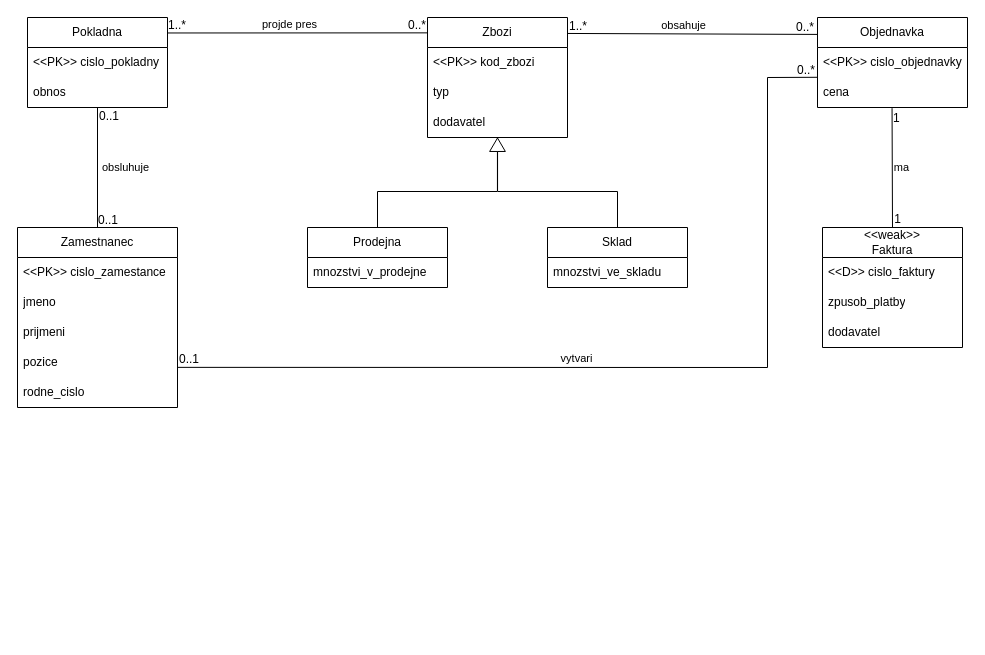
This is zadani_3_ER.drawio from MOONYROS/VUT-IDS-project, a draw.io file, before an edit. Source tidied: cells renumbered, new cells numbered last; positions are measured from the earlier drawing's top-left corner, leaving out a move shared by most shapes. Both pictures are drawn from the tidied source at 100%, with x=0, y=0 at pixel (17, 17).
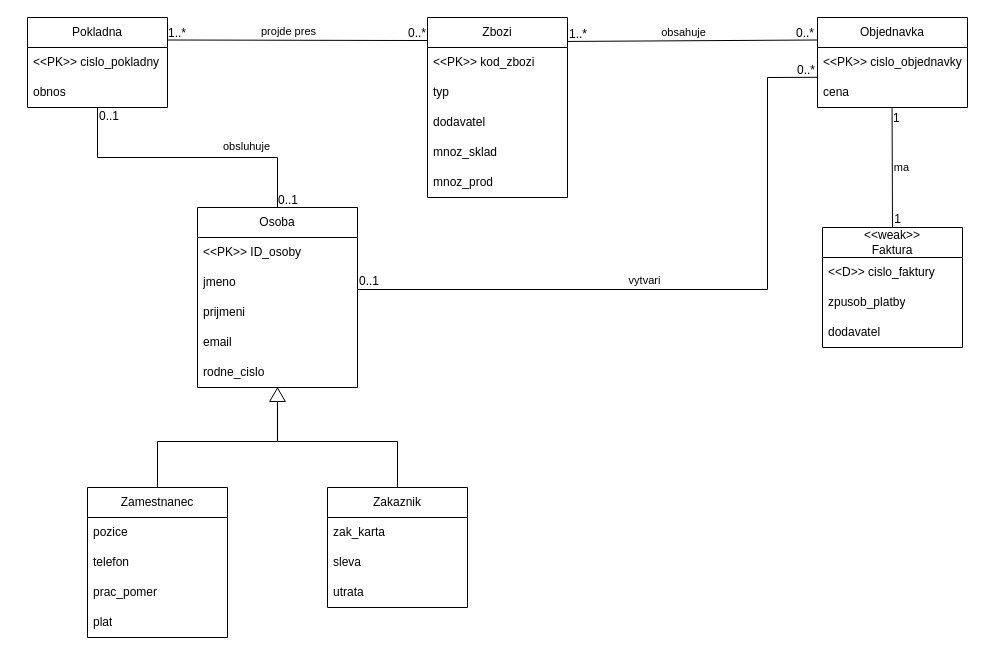
The same page after the edit.

Unchanged cells that the change refers to:
```xml
<mxCell id="13" value="Pokladna" style="swimlane;fontStyle=0;horizontal=1;startSize=30;whiteSpace=wrap;html=1;" parent="1" vertex="1">
  <mxGeometry x="10" width="140" height="90" as="geometry" />
</mxCell>
<mxCell id="15" value="obnos" style="text;strokeColor=none;fillColor=none;align=left;verticalAlign=middle;spacingLeft=4;spacingRight=4;overflow=hidden;points=[[0,0.5],[1,0.5]];portConstraint=eastwest;whiteSpace=wrap;html=1;" parent="13" vertex="1">
  <mxGeometry y="60" width="140" height="30" as="geometry" />
</mxCell>
<mxCell id="18" value="jmeno" style="text;strokeColor=none;fillColor=none;align=left;verticalAlign=middle;spacingLeft=4;spacingRight=4;overflow=hidden;points=[[0,0.5],[1,0.5]];portConstraint=eastwest;whiteSpace=wrap;html=1;" parent="16" vertex="1">
  <mxGeometry y="60" width="160" height="30" as="geometry" />
</mxCell>
<mxCell id="22" value="Objednavka" style="swimlane;fontStyle=0;horizontal=1;startSize=30;whiteSpace=wrap;html=1;" parent="1" vertex="1">
  <mxGeometry x="800" width="150" height="90" as="geometry" />
</mxCell>
<mxCell id="24" value="cena" style="text;strokeColor=none;fillColor=none;align=left;verticalAlign=middle;spacingLeft=4;spacingRight=4;overflow=hidden;points=[[0,0.5],[1,0.5]];portConstraint=eastwest;whiteSpace=wrap;html=1;" parent="22" vertex="1">
  <mxGeometry y="60" width="150" height="30" as="geometry" />
</mxCell>
```

Diff of the diagram source:
```diff
@@
     <mxCell id="2" value="Zbozi" style="swimlane;fontStyle=0;horizontal=1;startSize=30;whiteSpace=wrap;html=1;" parent="1" vertex="1">
-      <mxGeometry x="410" width="140" height="120" as="geometry" />
+      <mxGeometry x="410" width="140" height="180" as="geometry" />
     </mxCell>
@@
+    <mxCell id="49" value="mnoz_sklad" style="text;strokeColor=none;fillColor=none;align=left;verticalAlign=middle;spacingLeft=4;spacingRight=4;overflow=hidden;whiteSpace=wrap;html=1;" parent="2" vertex="1">
+      <mxGeometry y="120" width="140" height="30" as="geometry" />
+    </mxCell>
+    <mxCell id="50" value="mnoz_prod" style="text;strokeColor=none;fillColor=none;align=left;verticalAlign=middle;spacingLeft=4;spacingRight=4;overflow=hidden;whiteSpace=wrap;html=1;" parent="2" vertex="1">
+      <mxGeometry y="150" width="140" height="30" as="geometry" />
+    </mxCell>
-    <mxCell id="6" style="endArrow=none;html=1;rounded=0;exitX=0.5;exitY=0;exitDx=0;exitDy=0;" parent="1" edge="1">
+    <mxCell id="6" style="endArrow=none;html=1;rounded=0;" parent="1" edge="1" source="51">
       <mxGeometry relative="1" as="geometry">
-        <mxPoint x="360" y="214" as="sourcePoint" />
-        <mxPoint x="480" y="174" as="targetPoint" />
+        <mxPoint x="260" y="424" as="targetPoint" />
         <Array as="points">
-          <mxPoint x="360" y="174" />
+          <mxPoint x="140" y="424" />
         </Array>
       </mxGeometry>
     </mxCell>
-    <mxCell id="7" style="endArrow=none;html=1;rounded=0;entryX=0.5;entryY=0;entryDx=0;entryDy=0;" parent="1" edge="1">
+    <mxCell id="7" style="endArrow=none;html=1;rounded=0;" parent="1" edge="1" target="56">
       <mxGeometry relative="1" as="geometry">
-        <mxPoint x="480" y="174" as="sourcePoint" />
-        <mxPoint x="600" y="214" as="targetPoint" />
+        <mxPoint x="260" y="424" as="sourcePoint" />
         <Array as="points">
-          <mxPoint x="600" y="174" />
+          <mxPoint x="380" y="424" />
         </Array>
       </mxGeometry>
     </mxCell>
     <mxCell id="8" style="shape=flexArrow;endArrow=classic;html=1;rounded=0;entryX=0.5;entryY=1;entryDx=0;entryDy=0;endWidth=14.61928408855783;endSize=4.160185185185185;width=0.111731843575419;" parent="1" edge="1">
       <mxGeometry relative="1" as="geometry">
-        <mxPoint x="480" y="174" as="sourcePoint" />
-        <mxPoint x="480" y="120" as="targetPoint" />
+        <mxPoint x="260" y="424" as="sourcePoint" />
+        <mxPoint x="260" y="370" as="targetPoint" />
       </mxGeometry>
     </mxCell>
-    <mxCell id="9" value="Prodejna" style="swimlane;fontStyle=0;horizontal=1;startSize=30;whiteSpace=wrap;html=1;" parent="1" vertex="1">
-      <mxGeometry x="290" y="210" width="140" height="60" as="geometry" />
-    </mxCell>
-    <mxCell id="10" value="mnozstvi_v_prodejne" style="text;strokeColor=none;fillColor=none;align=left;verticalAlign=middle;spacingLeft=4;spacingRight=4;overflow=hidden;whiteSpace=wrap;html=1;" parent="9" vertex="1">
-      <mxGeometry y="30" width="140" height="30" as="geometry" />
-    </mxCell>
-    <mxCell id="11" value="Sklad" style="swimlane;fontStyle=0;horizontal=1;startSize=30;whiteSpace=wrap;html=1;" parent="1" vertex="1">
-      <mxGeometry x="530" y="210" width="140" height="60" as="geometry" />
-    </mxCell>
-    <mxCell id="12" value="mnozstvi_ve_skladu" style="text;strokeColor=none;fillColor=none;align=left;verticalAlign=middle;spacingLeft=4;spacingRight=4;overflow=hidden;whiteSpace=wrap;html=1;" parent="11" vertex="1">
-      <mxGeometry y="30" width="140" height="30" as="geometry" />
-    </mxCell>
@@
-    <mxCell id="16" value="Zamestnanec" style="swimlane;fontStyle=0;horizontal=1;startSize=30;whiteSpace=wrap;html=1;" parent="1" vertex="1">
-      <mxGeometry y="210" width="160" height="180" as="geometry" />
+    <mxCell id="16" value="Osoba" style="swimlane;fontStyle=0;horizontal=1;startSize=30;whiteSpace=wrap;html=1;" parent="1" vertex="1">
+      <mxGeometry x="180" y="190" width="160" height="180" as="geometry" />
     </mxCell>
-    <mxCell id="17" value="&amp;lt;&amp;lt;PK&amp;gt;&amp;gt; cislo_zamestance" style="text;strokeColor=none;fillColor=none;align=left;verticalAlign=middle;spacingLeft=4;spacingRight=4;overflow=hidden;whiteSpace=wrap;html=1;" parent="16" vertex="1">
+    <mxCell id="17" value="&amp;lt;&amp;lt;PK&amp;gt;&amp;gt; ID_osoby" style="text;strokeColor=none;fillColor=none;align=left;verticalAlign=middle;spacingLeft=4;spacingRight=4;overflow=hidden;whiteSpace=wrap;html=1;" parent="16" vertex="1">
       <mxGeometry y="30" width="160" height="30" as="geometry" />
     </mxCell>
@@
-    <mxCell id="20" value="pozice" style="text;strokeColor=none;fillColor=none;align=left;verticalAlign=middle;spacingLeft=4;spacingRight=4;overflow=hidden;points=[[0,0.5],[1,0.5]];portConstraint=eastwest;whiteSpace=wrap;html=1;" parent="16" vertex="1">
+    <mxCell id="20" value="email" style="text;strokeColor=none;fillColor=none;align=left;verticalAlign=middle;spacingLeft=4;spacingRight=4;overflow=hidden;points=[[0,0.5],[1,0.5]];portConstraint=eastwest;whiteSpace=wrap;html=1;" parent="16" vertex="1">
       <mxGeometry y="120" width="160" height="30" as="geometry" />
     </mxCell>
@@
-    <mxCell id="33" style="endArrow=none;html=1;rounded=0;entryX=-0.003;entryY=0.188;entryDx=0;entryDy=0;exitX=1;exitY=0.133;exitDx=0;exitDy=0;exitPerimeter=0;entryPerimeter=0;" parent="1" edge="1" source="2" target="22">
+    <mxCell id="33" style="endArrow=none;html=1;rounded=0;entryX=0;entryY=0.25;entryDx=0;entryDy=0;exitX=1;exitY=0.133;exitDx=0;exitDy=0;exitPerimeter=0;" parent="1" edge="1" source="2" target="22">
       <mxGeometry relative="1" as="geometry" />
     </mxCell>
@@
-    <mxCell id="37" style="endArrow=none;html=1;rounded=0;entryX=-0.001;entryY=0.128;entryDx=0;entryDy=0;entryPerimeter=0;exitX=1.002;exitY=0.172;exitDx=0;exitDy=0;exitPerimeter=0;" parent="1" edge="1" source="13" target="2">
+    <mxCell id="37" style="endArrow=none;html=1;rounded=0;entryX=-0.001;entryY=0.128;entryDx=0;entryDy=0;entryPerimeter=0;exitX=1;exitY=0.25;exitDx=0;exitDy=0;" parent="1" edge="1" source="13" target="2">
       <mxGeometry relative="1" as="geometry" />
     </mxCell>
@@
     <mxCell id="41" style="endArrow=none;html=1;rounded=0;entryX=0.5;entryY=0;entryDx=0;entryDy=0;exitX=0.5;exitY=1;exitDx=0;exitDy=0;exitPerimeter=0;" parent="1" edge="1" source="15" target="16">
-      <mxGeometry relative="1" as="geometry" />
+      <mxGeometry relative="1" as="geometry">
+        <Array as="points">
+          <mxPoint x="80" y="140" />
+          <mxPoint x="260" y="140" />
+        </Array>
+      </mxGeometry>
     </mxCell>
@@
-    <mxCell id="45" style="endArrow=none;html=1;rounded=0;exitX=1.002;exitY=0.662;exitDx=0;exitDy=0;exitPerimeter=0;entryX=0;entryY=-0.007;entryDx=0;entryDy=0;entryPerimeter=0;" parent="1" edge="1" source="20" target="24">
+    <mxCell id="45" style="endArrow=none;html=1;rounded=0;exitX=1;exitY=0.733;exitDx=0;exitDy=0;exitPerimeter=0;entryX=0;entryY=-0.007;entryDx=0;entryDy=0;entryPerimeter=0;" parent="1" edge="1" source="18" target="24">
       <mxGeometry relative="1" as="geometry">
         <Array as="points">
-          <mxPoint x="750" y="350" />
+          <mxPoint x="750" y="272" />
           <mxPoint x="750" y="60" />
         </Array>
       </mxGeometry>
     </mxCell>
@@
+    <mxCell id="51" value="Zamestnanec" style="swimlane;fontStyle=0;horizontal=1;startSize=30;whiteSpace=wrap;html=1;" parent="1" vertex="1">
+      <mxGeometry x="70" y="470" width="140" height="150" as="geometry" />
+    </mxCell>
+    <mxCell id="52" value="pozice" style="text;strokeColor=none;fillColor=none;align=left;verticalAlign=middle;spacingLeft=4;spacingRight=4;overflow=hidden;whiteSpace=wrap;html=1;" parent="51" vertex="1">
+      <mxGeometry y="30" width="140" height="30" as="geometry" />
+    </mxCell>
+    <mxCell id="53" value="telefon" style="text;strokeColor=none;fillColor=none;align=left;verticalAlign=middle;spacingLeft=4;spacingRight=4;overflow=hidden;whiteSpace=wrap;html=1;" parent="51" vertex="1">
+      <mxGeometry y="60" width="140" height="30" as="geometry" />
+    </mxCell>
+    <mxCell id="54" value="prac_pomer" style="text;strokeColor=none;fillColor=none;align=left;verticalAlign=middle;spacingLeft=4;spacingRight=4;overflow=hidden;whiteSpace=wrap;html=1;" parent="51" vertex="1">
+      <mxGeometry y="90" width="140" height="30" as="geometry" />
+    </mxCell>
+    <mxCell id="55" value="plat" style="text;strokeColor=none;fillColor=none;align=left;verticalAlign=middle;spacingLeft=4;spacingRight=4;overflow=hidden;whiteSpace=wrap;html=1;" parent="51" vertex="1">
+      <mxGeometry y="120" width="140" height="30" as="geometry" />
+    </mxCell>
+    <mxCell id="56" value="Zakaznik" style="swimlane;fontStyle=0;horizontal=1;startSize=30;whiteSpace=wrap;html=1;" parent="1" vertex="1">
+      <mxGeometry x="310" y="470" width="140" height="120" as="geometry" />
+    </mxCell>
+    <mxCell id="57" value="zak_karta" style="text;strokeColor=none;fillColor=none;align=left;verticalAlign=middle;spacingLeft=4;spacingRight=4;overflow=hidden;whiteSpace=wrap;html=1;" parent="56" vertex="1">
+      <mxGeometry y="30" width="140" height="30" as="geometry" />
+    </mxCell>
+    <mxCell id="58" value="sleva" style="text;strokeColor=none;fillColor=none;align=left;verticalAlign=middle;spacingLeft=4;spacingRight=4;overflow=hidden;whiteSpace=wrap;html=1;" parent="56" vertex="1">
+      <mxGeometry y="60" width="140" height="30" as="geometry" />
+    </mxCell>
+    <mxCell id="59" value="utrata" style="text;strokeColor=none;fillColor=none;align=left;verticalAlign=middle;spacingLeft=4;spacingRight=4;overflow=hidden;whiteSpace=wrap;html=1;" parent="56" vertex="1">
+      <mxGeometry y="90" width="140" height="30" as="geometry" />
+    </mxCell>
```
